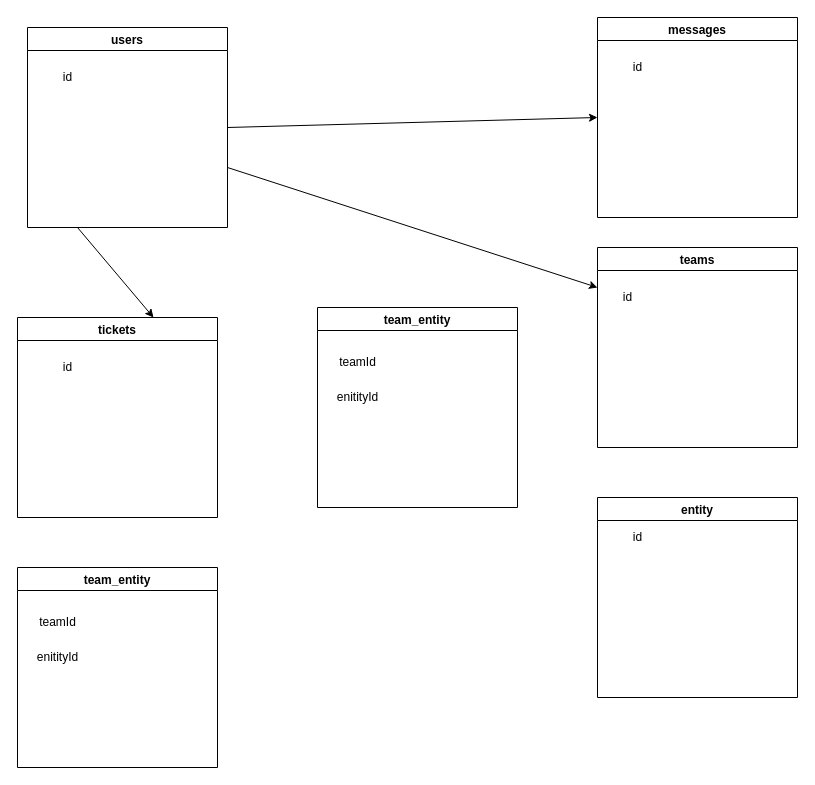
Earlier version of the draw.io diagram Untitled Diagram.drawio (smartdev10/adventofcode2020). Source tidied: cells renumbered, new cells numbered last; positions are measured from the earlier drawing's top-left corner, leaving out a move shared by most shapes. Both pictures are drawn from the tidied source at 100%, with x=0, y=0 at pixel (17, 17).
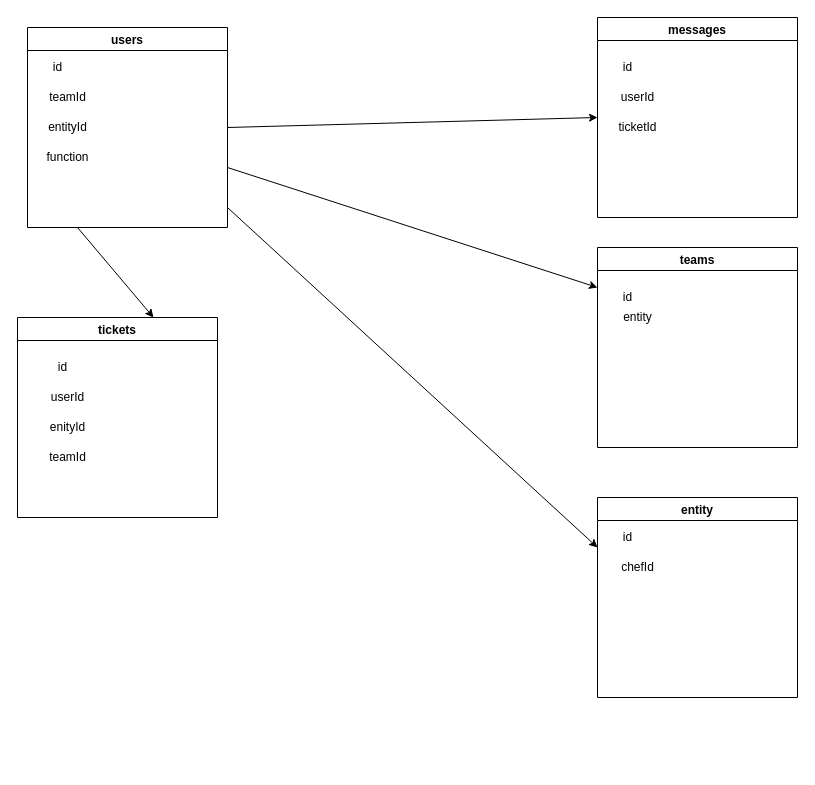
Above is the later version.

The change refers to these unchanged cells:
```xml
<mxCell id="2" value="users" style="swimlane;" parent="1" vertex="1">
  <mxGeometry x="10" y="10" width="200" height="200" as="geometry" />
</mxCell>
<mxCell id="3" value="tickets" style="swimlane;" parent="1" vertex="1">
  <mxGeometry y="300" width="200" height="200" as="geometry" />
</mxCell>
<mxCell id="5" value="messages" style="swimlane;" parent="1" vertex="1">
  <mxGeometry x="580" width="200" height="200" as="geometry" />
</mxCell>
<mxCell id="6" value="teams" style="swimlane;" parent="1" vertex="1">
  <mxGeometry x="580" y="230" width="200" height="200" as="geometry" />
</mxCell>
<mxCell id="7" value="entity" style="swimlane;startSize=23;" parent="1" vertex="1">
  <mxGeometry x="580" y="480" width="200" height="200" as="geometry" />
</mxCell>
```

What changed in the source:
```diff
@@
+    <mxCell id="21" value="entityId" style="text;html=1;align=center;verticalAlign=middle;strokeColor=none;fillColor=none;" parent="2" vertex="1">
+      <mxGeometry x="15" y="90" width="50" height="20" as="geometry" />
+    </mxCell>
+    <mxCell id="8" value="id" style="text;html=1;align=center;verticalAlign=middle;strokeColor=none;fillColor=none;" parent="2" vertex="1">
+      <mxGeometry x="20" y="30" width="20" height="20" as="geometry" />
+    </mxCell>
+    <mxCell id="22" value="function" style="text;html=1;align=center;verticalAlign=middle;strokeColor=none;fillColor=none;" parent="2" vertex="1">
+      <mxGeometry x="10" y="120" width="60" height="20" as="geometry" />
+    </mxCell>
@@
     <mxCell id="4" value="id" style="text;html=1;align=center;verticalAlign=middle;strokeColor=none;fillColor=none;" parent="3" vertex="1">
-      <mxGeometry x="40" y="40" width="20" height="20" as="geometry" />
+      <mxGeometry x="35" y="40" width="20" height="20" as="geometry" />
     </mxCell>
+    <mxCell id="23" value="enityId" style="text;html=1;align=center;verticalAlign=middle;strokeColor=none;fillColor=none;" parent="3" vertex="1">
+      <mxGeometry x="25" y="100" width="50" height="20" as="geometry" />
+    </mxCell>
+    <mxCell id="24" value="teamId" style="text;html=1;align=center;verticalAlign=middle;strokeColor=none;fillColor=none;" parent="3" vertex="1">
+      <mxGeometry x="25" y="130" width="50" height="20" as="geometry" />
+    </mxCell>
@@
+    <mxCell id="10" value="id" style="text;html=1;align=center;verticalAlign=middle;strokeColor=none;fillColor=none;" parent="5" vertex="1">
+      <mxGeometry x="20" y="40" width="20" height="20" as="geometry" />
+    </mxCell>
+    <mxCell id="25" value="userId" style="text;html=1;align=center;verticalAlign=middle;strokeColor=none;fillColor=none;" parent="5" vertex="1">
+      <mxGeometry x="15" y="70" width="50" height="20" as="geometry" />
+    </mxCell>
@@
+    <mxCell id="26" value="entity" style="text;html=1;align=center;verticalAlign=middle;strokeColor=none;fillColor=none;" parent="6" vertex="1">
+      <mxGeometry x="20" y="60" width="40" height="20" as="geometry" />
+    </mxCell>
@@
-    <mxCell id="8" value="id" style="text;html=1;align=center;verticalAlign=middle;strokeColor=none;fillColor=none;" parent="1" vertex="1">
-      <mxGeometry x="40" y="50" width="20" height="20" as="geometry" />
-    </mxCell>
+    <mxCell id="27" value="chefId" style="text;html=1;align=center;verticalAlign=middle;strokeColor=none;fillColor=none;" parent="7" vertex="1">
+      <mxGeometry x="15" y="60" width="50" height="20" as="geometry" />
+    </mxCell>
+    <mxCell id="11" value="id" style="text;html=1;align=center;verticalAlign=middle;strokeColor=none;fillColor=none;" parent="7" vertex="1">
+      <mxGeometry x="20" y="30" width="20" height="20" as="geometry" />
+    </mxCell>
@@
-    <mxCell id="10" value="id" style="text;html=1;align=center;verticalAlign=middle;strokeColor=none;fillColor=none;" parent="1" vertex="1">
-      <mxGeometry x="610" y="40" width="20" height="20" as="geometry" />
-    </mxCell>
-    <mxCell id="11" value="id" style="text;html=1;align=center;verticalAlign=middle;strokeColor=none;fillColor=none;" parent="1" vertex="1">
-      <mxGeometry x="610" y="510" width="20" height="20" as="geometry" />
-    </mxCell>
@@
-    <mxCell id="13" value="team_entity" style="swimlane;" parent="1" vertex="1">
-      <mxGeometry y="550" width="200" height="200" as="geometry" />
-    </mxCell>
-    <mxCell id="14" value="teamId" style="text;html=1;align=center;verticalAlign=middle;strokeColor=none;fillColor=none;" parent="13" vertex="1">
-      <mxGeometry x="15" y="45" width="50" height="20" as="geometry" />
-    </mxCell>
-    <mxCell id="15" value="enitityId" style="text;html=1;align=center;verticalAlign=middle;strokeColor=none;fillColor=none;" parent="13" vertex="1">
-      <mxGeometry x="10" y="80" width="60" height="20" as="geometry" />
-    </mxCell>
-    <mxCell id="16" value="team_entity" style="swimlane;" parent="1" vertex="1">
-      <mxGeometry x="300" y="290" width="200" height="200" as="geometry" />
-    </mxCell>
-    <mxCell id="17" value="teamId" style="text;html=1;align=center;verticalAlign=middle;strokeColor=none;fillColor=none;" parent="16" vertex="1">
-      <mxGeometry x="15" y="45" width="50" height="20" as="geometry" />
-    </mxCell>
-    <mxCell id="18" value="enitityId" style="text;html=1;align=center;verticalAlign=middle;strokeColor=none;fillColor=none;" parent="16" vertex="1">
-      <mxGeometry x="10" y="80" width="60" height="20" as="geometry" />
-    </mxCell>
@@
+    <mxCell id="28" value="ticketId" style="text;html=1;align=center;verticalAlign=middle;strokeColor=none;fillColor=none;" parent="1" vertex="1">
+      <mxGeometry x="595" y="100" width="50" height="20" as="geometry" />
+    </mxCell>
+    <mxCell id="29" value="teamId" style="text;html=1;align=center;verticalAlign=middle;strokeColor=none;fillColor=none;" parent="1" vertex="1">
+      <mxGeometry x="25" y="70" width="50" height="20" as="geometry" />
+    </mxCell>
+    <mxCell id="30" style="endArrow=classic;html=1;rounded=0;entryX=0;entryY=0.25;entryDx=0;entryDy=0;" parent="1" edge="1" target="7">
+      <mxGeometry relative="1" as="geometry">
+        <mxPoint x="210" y="190" as="sourcePoint" />
+      </mxGeometry>
+    </mxCell>
+    <mxCell id="31" value="userId" style="text;html=1;align=center;verticalAlign=middle;strokeColor=none;fillColor=none;" parent="1" vertex="1">
+      <mxGeometry x="25" y="370" width="50" height="20" as="geometry" />
+    </mxCell>
```
